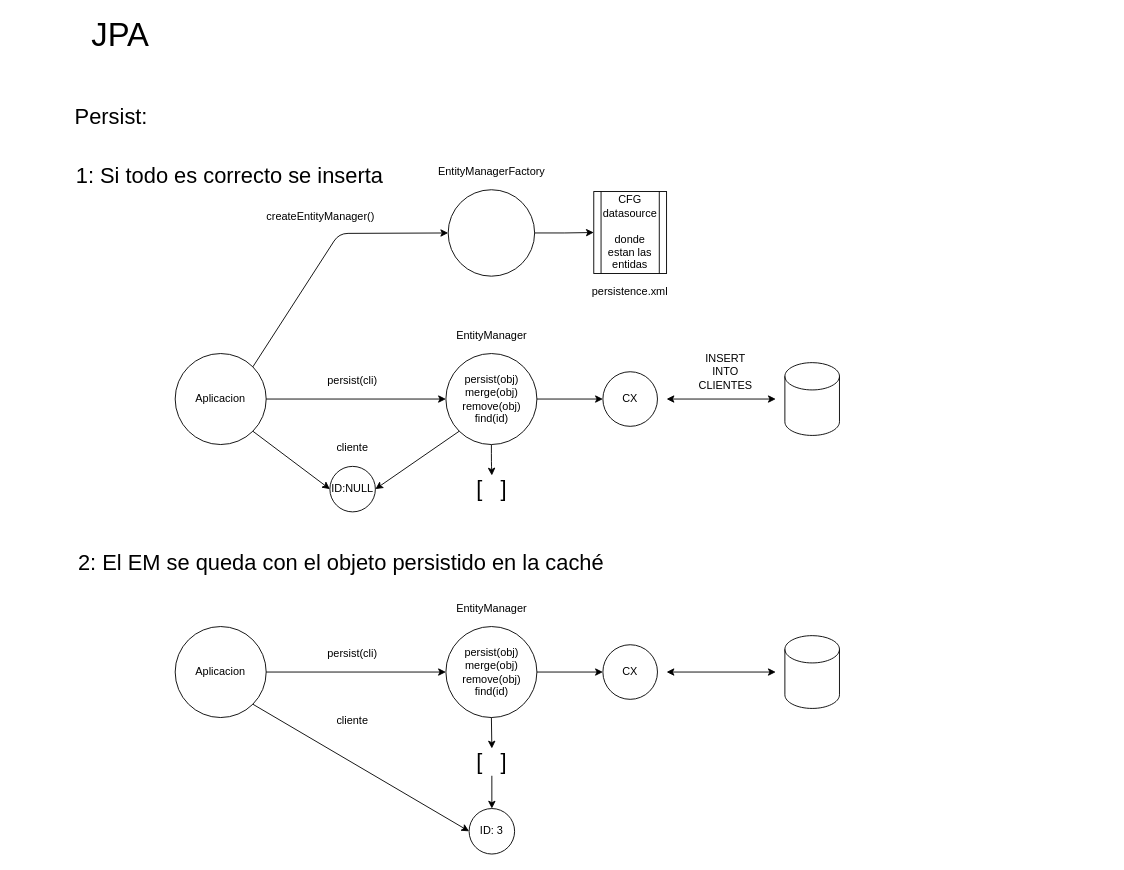
Earlier version of the draw.io diagram page "Página-3" (2 of 17) of diagramas.drawio (lrag/Hibernate_JPA). Source tidied: cells renumbered, new cells numbered last; positions are measured from the earlier drawing's top-left corner, leaving out a move shared by most shapes. Both pictures are drawn from the tidied source at 91%, with x=0, y=0 at pixel (15, 25).
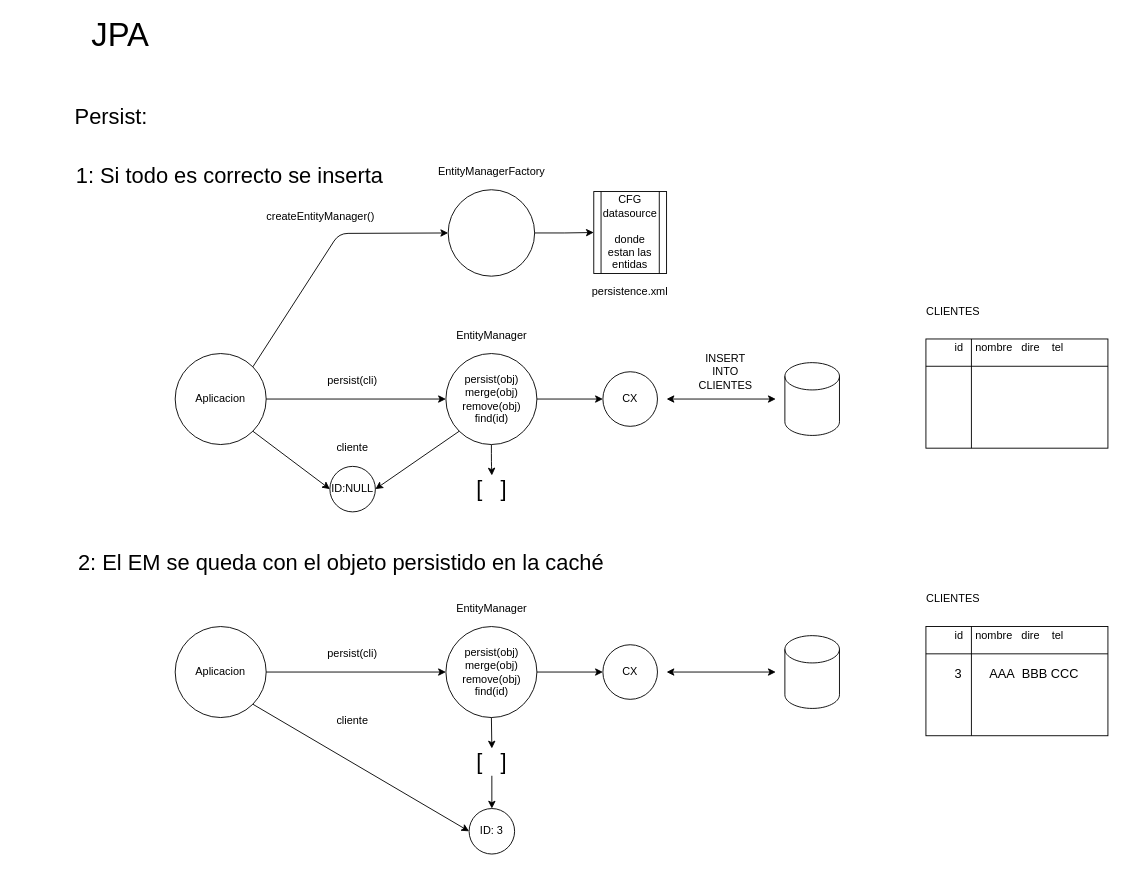
The same diagram, later.

Diff of the diagram source:
```diff
@@
+    <mxCell id="44" style="shape=internalStorage;whiteSpace=wrap;html=1;backgroundOutline=1;dx=50;dy=30;" parent="1" vertex="1">
+      <mxGeometry x="1000" y="660" width="200" height="120" as="geometry" />
+    </mxCell>
+    <mxCell id="45" value="CLIENTES" style="text;html=1;strokeColor=none;fillColor=none;align=center;verticalAlign=middle;whiteSpace=wrap;rounded=0;" parent="1" vertex="1">
+      <mxGeometry x="1010" y="620" width="40" height="20" as="geometry" />
+    </mxCell>
+    <mxCell id="46" value="id&amp;nbsp; &amp;nbsp; nombre&amp;nbsp; &amp;nbsp;dire&amp;nbsp; &amp;nbsp; tel&amp;nbsp; &amp;nbsp; &amp;nbsp;" style="text;html=1;strokeColor=none;fillColor=none;align=center;verticalAlign=middle;whiteSpace=wrap;rounded=0;" parent="1" vertex="1">
+      <mxGeometry x="1000" y="660" width="200" height="20" as="geometry" />
+    </mxCell>
+    <mxCell id="47" value="&lt;font style=&quot;font-size: 14px&quot;&gt;3&amp;nbsp; &amp;nbsp; &amp;nbsp; &amp;nbsp; AAA&amp;nbsp; BBB CCC&lt;/font&gt;" style="text;html=1;strokeColor=none;fillColor=none;align=center;verticalAlign=middle;whiteSpace=wrap;rounded=0;fontSize=24;" parent="1" vertex="1">
+      <mxGeometry x="1000" y="694" width="200" height="30" as="geometry" />
+    </mxCell>
+    <mxCell id="48" style="shape=internalStorage;whiteSpace=wrap;html=1;backgroundOutline=1;dx=50;dy=30;" parent="1" vertex="1">
+      <mxGeometry x="1000" y="344" width="200" height="120" as="geometry" />
+    </mxCell>
+    <mxCell id="49" value="CLIENTES" style="text;html=1;strokeColor=none;fillColor=none;align=center;verticalAlign=middle;whiteSpace=wrap;rounded=0;" parent="1" vertex="1">
+      <mxGeometry x="1010" y="304" width="40" height="20" as="geometry" />
+    </mxCell>
+    <mxCell id="50" value="id&amp;nbsp; &amp;nbsp; nombre&amp;nbsp; &amp;nbsp;dire&amp;nbsp; &amp;nbsp; tel&amp;nbsp; &amp;nbsp; &amp;nbsp;" style="text;html=1;strokeColor=none;fillColor=none;align=center;verticalAlign=middle;whiteSpace=wrap;rounded=0;" parent="1" vertex="1">
+      <mxGeometry x="1000" y="344" width="200" height="20" as="geometry" />
+    </mxCell>
```
